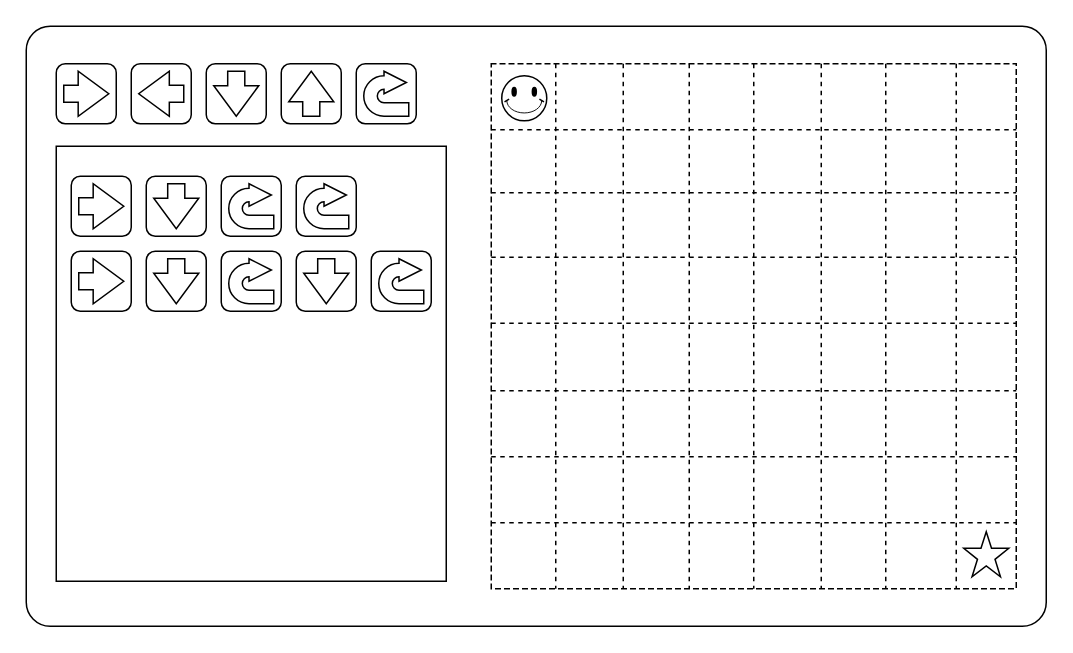
Earlier version of the draw.io diagram docs/diagram.drawio (martinvarela206/Laberinto--). Source tidied: cells renumbered, new cells numbered last; positions are measured from the earlier drawing's top-left corner, leaving out a move shared by most shapes. Both pictures are drawn from the tidied source at 150%, with x=0, y=0 at pixel (26, 26).
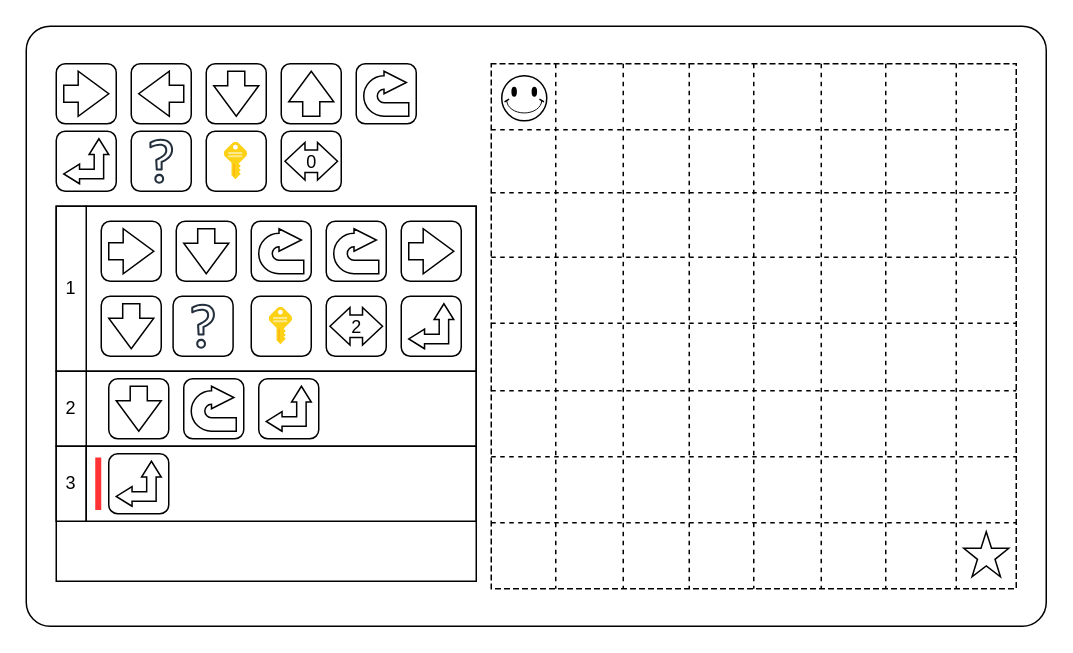
Above is the later version.

Commit message (it also covers changes not shown here):
Refactor code structure for improved readability and maintainability

Change to the diagram source:
```diff
@@
+    <mxCell id="3" style="rounded=1;whiteSpace=wrap;html=1;arcSize=0;" parent="1" vertex="1">
+      <mxGeometry x="20" y="120" width="280" height="250" as="geometry" />
+    </mxCell>
+    <mxCell id="122" style="rounded=0;whiteSpace=wrap;html=1;fillColor=none;" parent="1" vertex="1">
+      <mxGeometry x="40" y="230" width="260" height="50" as="geometry" />
+    </mxCell>
+    <mxCell id="123" style="rounded=0;whiteSpace=wrap;html=1;fillColor=none;" parent="1" vertex="1">
+      <mxGeometry x="40" y="120" width="260" height="110" as="geometry" />
+    </mxCell>
@@
-    <mxCell id="3" style="rounded=1;whiteSpace=wrap;html=1;arcSize=0;" parent="1" vertex="1">
-      <mxGeometry x="20" y="80" width="260" height="290" as="geometry" />
-    </mxCell>
@@
     <mxCell id="95" style="group;" parent="1" vertex="1">
-      <mxGeometry x="30" y="100" width="40" height="40" as="geometry" />
+      <mxGeometry x="50" y="130" width="40" height="40" as="geometry" />
     </mxCell>
@@
     <mxCell id="98" style="group;" parent="1" vertex="1">
-      <mxGeometry x="80" y="100" width="40" height="40" as="geometry" />
+      <mxGeometry x="100" y="130" width="40" height="40" as="geometry" />
     </mxCell>
@@
     <mxCell id="101" style="group;" parent="1" vertex="1">
-      <mxGeometry x="130" y="100" width="40" height="40" as="geometry" />
+      <mxGeometry x="150" y="130" width="40" height="40" as="geometry" />
     </mxCell>
@@
     <mxCell id="104" style="group;" parent="1" vertex="1">
-      <mxGeometry x="180" y="100" width="40" height="40" as="geometry" />
+      <mxGeometry x="200" y="130" width="40" height="40" as="geometry" />
     </mxCell>
@@
     <mxCell id="107" style="group;" parent="1" vertex="1">
-      <mxGeometry x="30" y="150" width="40" height="40" as="geometry" />
+      <mxGeometry x="250" y="130" width="40" height="40" as="geometry" />
     </mxCell>
@@
     <mxCell id="110" style="group;" parent="1" vertex="1">
-      <mxGeometry x="80" y="150" width="40" height="40" as="geometry" />
+      <mxGeometry x="50" y="180" width="40" height="40" as="geometry" />
     </mxCell>
@@
-    <mxCell id="113" style="group;" parent="1" vertex="1">
-      <mxGeometry x="130" y="150" width="40" height="40" as="geometry" />
-    </mxCell>
-    <mxCell id="114" style="rounded=1;whiteSpace=wrap;html=1;" parent="113" vertex="1">
-      <mxGeometry width="40" height="40" as="geometry" />
-    </mxCell>
-    <mxCell id="115" style="html=1;shadow=0;dashed=0;align=center;verticalAlign=middle;shape=mxgraph.arrows2.uTurnArrow;dy=4.52;arrowHead=15;dx2=14.9;" parent="113" vertex="1">
-      <mxGeometry x="5" y="5" width="30" height="30" as="geometry" />
-    </mxCell>
     <mxCell id="116" style="group;" parent="1" vertex="1">
-      <mxGeometry x="230" y="150" width="40" height="40" as="geometry" />
+      <mxGeometry x="105" y="235" width="40" height="40" as="geometry" />
     </mxCell>
@@
     <mxCell id="119" style="group;" parent="1" vertex="1">
-      <mxGeometry x="180" y="150" width="40" height="40" as="geometry" />
+      <mxGeometry x="55" y="235" width="40" height="40" as="geometry" />
     </mxCell>
@@
+    <mxCell id="124" style="group;" parent="1" vertex="1">
+      <mxGeometry x="20" y="70" width="40" height="40" as="geometry" />
+    </mxCell>
+    <mxCell id="125" style="rounded=1;whiteSpace=wrap;html=1;" parent="124" vertex="1">
+      <mxGeometry width="40" height="40" as="geometry" />
+    </mxCell>
+    <mxCell id="126" style="html=1;shadow=0;dashed=0;align=center;verticalAlign=middle;shape=mxgraph.arrows2.bendDoubleArrow;dy=3.15;dx=10.53;arrowHead=13.12;rounded=0;flipH=0;direction=west;" parent="124" vertex="1">
+      <mxGeometry x="5" y="5" width="30" height="30" as="geometry" />
+    </mxCell>
+    <mxCell id="127" style="group;" parent="1" vertex="1">
+      <mxGeometry x="250" y="180" width="40" height="40" as="geometry" />
+    </mxCell>
+    <mxCell id="128" style="rounded=1;whiteSpace=wrap;html=1;" parent="127" vertex="1">
+      <mxGeometry width="40" height="40" as="geometry" />
+    </mxCell>
+    <mxCell id="129" style="html=1;shadow=0;dashed=0;align=center;verticalAlign=middle;shape=mxgraph.arrows2.bendDoubleArrow;dy=3.15;dx=10.53;arrowHead=13.12;rounded=0;flipH=0;direction=west;" parent="127" vertex="1">
+      <mxGeometry x="5" y="5" width="30" height="30" as="geometry" />
+    </mxCell>
+    <mxCell id="130" style="group;" parent="1" vertex="1">
+      <mxGeometry x="155" y="235" width="40" height="40" as="geometry" />
+    </mxCell>
+    <mxCell id="131" style="rounded=1;whiteSpace=wrap;html=1;" parent="130" vertex="1">
+      <mxGeometry width="40" height="40" as="geometry" />
+    </mxCell>
+    <mxCell id="132" style="html=1;shadow=0;dashed=0;align=center;verticalAlign=middle;shape=mxgraph.arrows2.bendDoubleArrow;dy=3.15;dx=10.53;arrowHead=13.12;rounded=0;flipH=0;direction=west;" parent="130" vertex="1">
+      <mxGeometry x="5" y="5" width="30" height="30" as="geometry" />
+    </mxCell>
+    <mxCell id="133" value="1" style="rounded=0;whiteSpace=wrap;html=1;" parent="1" vertex="1">
+      <mxGeometry x="20" y="120" width="20" height="110" as="geometry" />
+    </mxCell>
+    <mxCell id="134" value="2" style="rounded=0;whiteSpace=wrap;html=1;" parent="1" vertex="1">
+      <mxGeometry x="20" y="230" width="20" height="50" as="geometry" />
+    </mxCell>
+    <mxCell id="135" style="group;" parent="1" vertex="1">
+      <mxGeometry x="70" y="70" width="40" height="40" as="geometry" />
+    </mxCell>
+    <mxCell id="136" style="rounded=1;whiteSpace=wrap;html=1;" parent="135" vertex="1">
+      <mxGeometry width="40" height="40" as="geometry" />
+    </mxCell>
+    <mxCell id="137" style="sketch=0;fontColor=#232F3E;gradientColor=none;fillColor=#232F3D;strokeColor=none;dashed=0;verticalLabelPosition=bottom;verticalAlign=top;align=center;html=1;fontSize=12;fontStyle=0;shape=mxgraph.aws4.question;" parent="135" vertex="1">
+      <mxGeometry x="12.1" y="5" width="15.8" height="30" as="geometry" />
+    </mxCell>
+    <mxCell id="138" style="group;" parent="1" vertex="1">
+      <mxGeometry x="120" y="70" width="40" height="40" as="geometry" />
+    </mxCell>
+    <mxCell id="139" style="rounded=1;whiteSpace=wrap;html=1;" parent="138" vertex="1">
+      <mxGeometry width="40" height="40" as="geometry" />
+    </mxCell>
+    <mxCell id="140" style="image;sketch=0;html=1;align=center;fontSize=12;image=img/lib/mscae/Key.svg;" parent="138" vertex="1">
+      <mxGeometry x="12.2" y="7.5" width="15.5" height="25" as="geometry" />
+    </mxCell>
+    <mxCell id="141" style="group;" parent="1" vertex="1">
+      <mxGeometry x="97.9" y="180" width="40" height="40" as="geometry" />
+    </mxCell>
+    <mxCell id="142" style="rounded=1;whiteSpace=wrap;html=1;" parent="141" vertex="1">
+      <mxGeometry width="40" height="40" as="geometry" />
+    </mxCell>
+    <mxCell id="143" style="sketch=0;fontColor=#232F3E;gradientColor=none;fillColor=#232F3D;strokeColor=none;dashed=0;verticalLabelPosition=bottom;verticalAlign=top;align=center;html=1;fontSize=12;fontStyle=0;shape=mxgraph.aws4.question;" parent="141" vertex="1">
+      <mxGeometry x="12.1" y="5" width="15.8" height="30" as="geometry" />
+    </mxCell>
+    <mxCell id="144" style="group;" parent="1" vertex="1">
+      <mxGeometry x="150" y="180" width="40" height="40" as="geometry" />
+    </mxCell>
+    <mxCell id="145" style="rounded=1;whiteSpace=wrap;html=1;" parent="144" vertex="1">
+      <mxGeometry width="40" height="40" as="geometry" />
+    </mxCell>
+    <mxCell id="146" style="image;sketch=0;html=1;align=center;fontSize=12;image=img/lib/mscae/Key.svg;" parent="144" vertex="1">
+      <mxGeometry x="12.2" y="7.5" width="15.5" height="25" as="geometry" />
+    </mxCell>
+    <mxCell id="147" style="group;" parent="1" vertex="1">
+      <mxGeometry x="170" y="70" width="40" height="40" as="geometry" />
+    </mxCell>
+    <mxCell id="148" style="rounded=1;whiteSpace=wrap;html=1;" parent="147" vertex="1">
+      <mxGeometry width="40" height="40" as="geometry" />
+    </mxCell>
+    <mxCell id="149" value="0" style="html=1;shadow=0;dashed=0;align=center;verticalAlign=middle;shape=mxgraph.arrows2.twoWayArrow;dy=0.4;dx=13.32;spacingBottom=0;spacingTop=1;" parent="147" vertex="1">
+      <mxGeometry x="2.5" y="7.5" width="35" height="25" as="geometry" />
+    </mxCell>
+    <mxCell id="150" style="group;" parent="1" vertex="1">
+      <mxGeometry x="200" y="180" width="40" height="40" as="geometry" />
+    </mxCell>
+    <mxCell id="151" style="rounded=1;whiteSpace=wrap;html=1;" parent="150" vertex="1">
+      <mxGeometry width="40" height="40" as="geometry" />
+    </mxCell>
+    <mxCell id="152" value="2" style="html=1;shadow=0;dashed=0;align=center;verticalAlign=middle;shape=mxgraph.arrows2.twoWayArrow;dy=0.4;dx=13.32;spacingBottom=0;spacingTop=1;" parent="150" vertex="1">
+      <mxGeometry x="2.5" y="7.5" width="35" height="25" as="geometry" />
+    </mxCell>
+    <mxCell id="153" value="3" style="rounded=0;whiteSpace=wrap;html=1;" parent="1" vertex="1">
+      <mxGeometry x="20" y="280" width="20" height="50" as="geometry" />
+    </mxCell>
+    <mxCell id="154" style="rounded=0;whiteSpace=wrap;html=1;fillColor=none;" parent="1" vertex="1">
+      <mxGeometry x="40" y="280" width="260" height="50" as="geometry" />
+    </mxCell>
+    <mxCell id="155" style="rounded=0;whiteSpace=wrap;html=1;strokeColor=none;fillColor=#FF3333;" parent="1" vertex="1">
+      <mxGeometry x="46" y="287.5" width="4" height="35" as="geometry" />
+    </mxCell>
+    <mxCell id="156" style="group;" parent="1" vertex="1">
+      <mxGeometry x="55" y="285" width="40" height="40" as="geometry" />
+    </mxCell>
+    <mxCell id="157" style="rounded=1;whiteSpace=wrap;html=1;" parent="156" vertex="1">
+      <mxGeometry width="40" height="40" as="geometry" />
+    </mxCell>
+    <mxCell id="158" style="html=1;shadow=0;dashed=0;align=center;verticalAlign=middle;shape=mxgraph.arrows2.bendDoubleArrow;dy=3.15;dx=10.53;arrowHead=13.12;rounded=0;flipH=0;direction=west;" parent="156" vertex="1">
+      <mxGeometry x="5" y="5" width="30" height="30" as="geometry" />
+    </mxCell>
```
